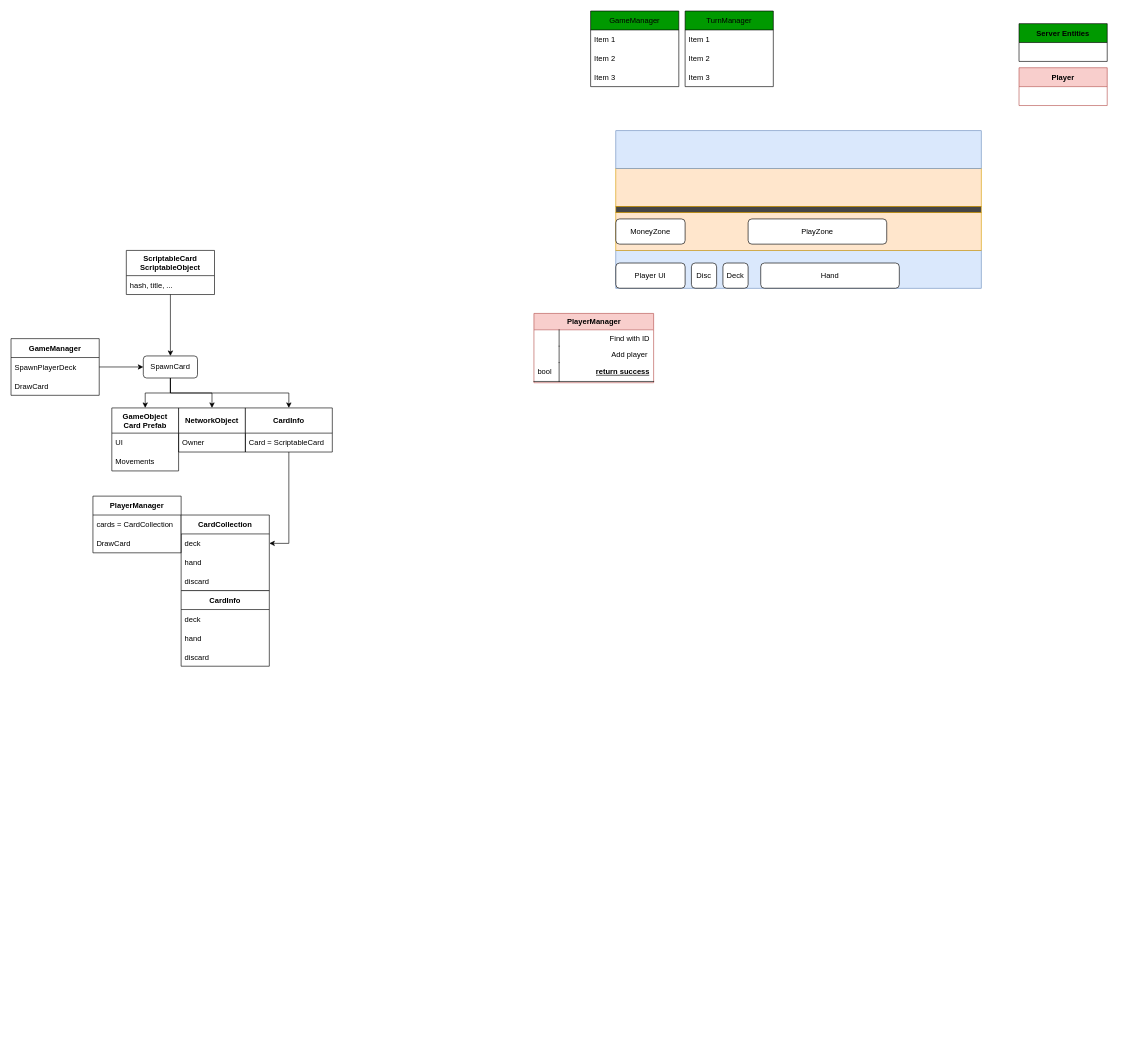
This is ProgramSchema.drawio from MattW0/Sors, a draw.io file, before an edit. Source tidied: cells renumbered, new cells numbered last; positions are measured from the earlier drawing's top-left corner, leaving out a move shared by most shapes. Both pictures are drawn from the tidied source at 63%, with x=0, y=0 at pixel (11, 11).
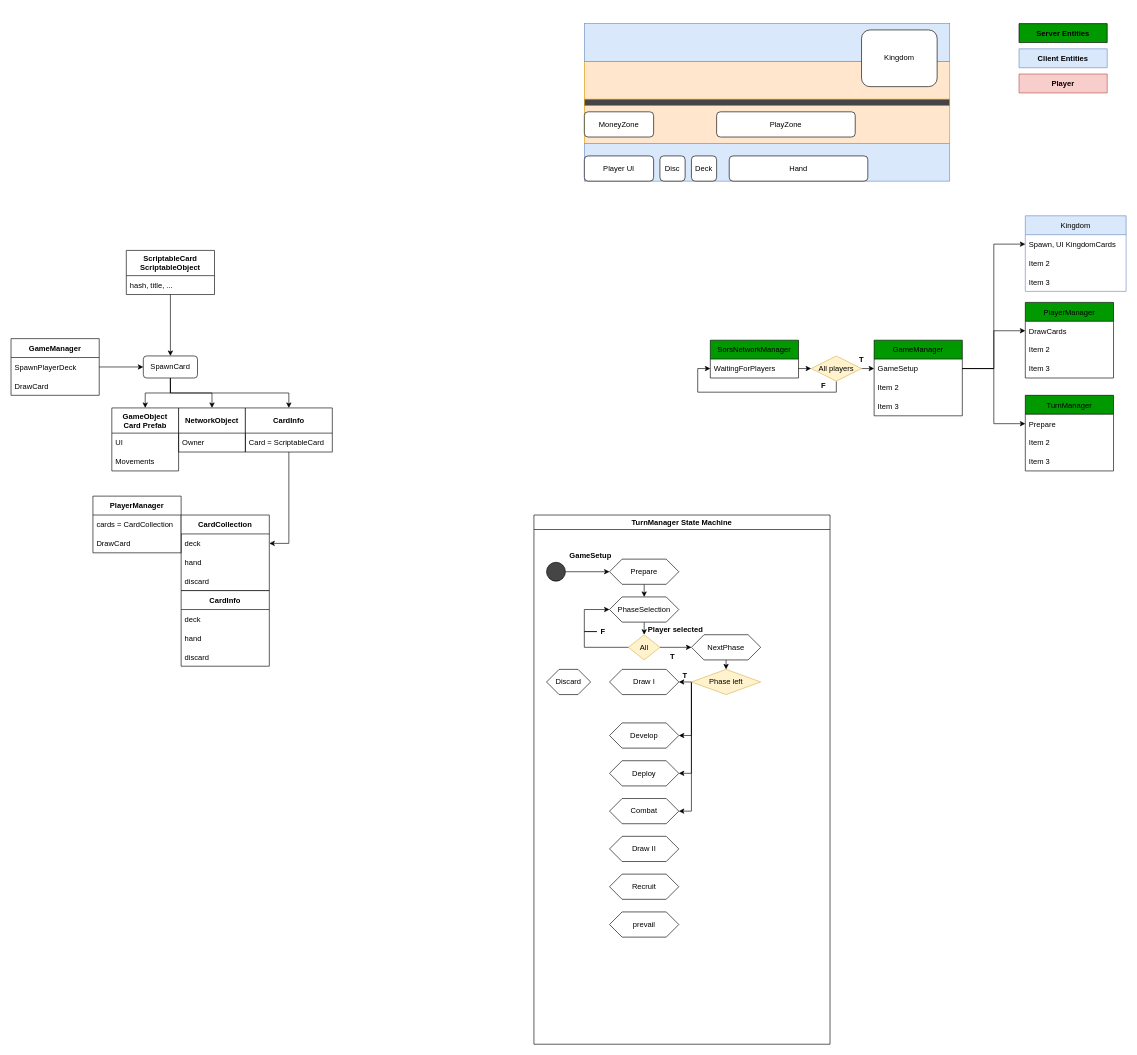
After the change.

The edit, as a diff of the source:
```diff
@@
-    <mxCell id="2" value="&lt;span style=&quot;font-family: &amp;quot;helvetica&amp;quot; ; font-size: 12px ; font-weight: 700 ; text-align: left&quot;&gt;PlayerManager&lt;/span&gt;" style="swimlane;html=1;fontStyle=0;horizontal=1;startSize=26;fillColor=#f8cecc;swimlaneFillColor=#ffffff;align=center;rounded=0;shadow=0;comic=0;labelBackgroundColor=none;strokeWidth=1;fontFamily=Verdana;fontSize=14;strokeColor=#b85450;" parent="1" vertex="1">
-      <mxGeometry x="830" y="480" width="190" height="110" as="geometry" />
-    </mxCell>
-    <mxCell id="3" value="Find with ID" style="shape=partialRectangle;top=0;left=0;right=0;bottom=0;html=1;align=right;verticalAlign=top;fillColor=none;spacingLeft=34;spacingRight=4;whiteSpace=wrap;overflow=hidden;" parent="2" vertex="1">
-      <mxGeometry y="26" width="190" height="26" as="geometry" />
-    </mxCell>
-    <mxCell id="4" style="shape=partialRectangle;top=0;left=0;bottom=0;html=1;fillColor=none;align=left;verticalAlign=top;spacingLeft=4;spacingRight=4;whiteSpace=wrap;overflow=hidden;" parent="3" vertex="1">
-      <mxGeometry width="40" height="26" as="geometry" />
-    </mxCell>
-    <mxCell id="5" value="Add player&amp;nbsp;" style="shape=partialRectangle;top=0;left=0;right=0;bottom=0;html=1;align=right;verticalAlign=top;fillColor=none;spacingLeft=34;spacingRight=4;whiteSpace=wrap;overflow=hidden;" parent="2" vertex="1">
-      <mxGeometry y="52" width="190" height="26" as="geometry" />
-    </mxCell>
-    <mxCell id="6" style="shape=partialRectangle;top=0;left=0;bottom=0;html=1;fillColor=none;align=left;verticalAlign=top;spacingLeft=4;spacingRight=4;whiteSpace=wrap;overflow=hidden;" parent="5" vertex="1">
-      <mxGeometry width="40" height="26" as="geometry" />
-    </mxCell>
-    <mxCell id="7" value="return success" style="shape=partialRectangle;top=0;left=0;right=0;bottom=1;html=1;align=right;verticalAlign=middle;fillColor=none;spacingLeft=34;spacingRight=4;whiteSpace=wrap;overflow=hidden;fontStyle=5;" parent="2" vertex="1">
-      <mxGeometry y="78" width="190" height="30" as="geometry" />
-    </mxCell>
-    <mxCell id="8" value="bool" style="shape=partialRectangle;top=0;left=0;bottom=0;html=1;fillColor=none;align=left;verticalAlign=middle;spacingLeft=4;spacingRight=4;whiteSpace=wrap;overflow=hidden;" parent="7" vertex="1">
-      <mxGeometry width="40" height="30" as="geometry" />
-    </mxCell>
@@
     <mxCell id="39" style="rounded=0;whiteSpace=wrap;html=1;fillColor=#dae8fc;strokeColor=#6c8ebf;" parent="1" vertex="1">
-      <mxGeometry x="960" y="380" width="580" height="60" as="geometry" />
+      <mxGeometry x="910" y="210" width="580" height="60" as="geometry" />
     </mxCell>
     <mxCell id="40" style="rounded=0;whiteSpace=wrap;html=1;fillColor=#ffe6cc;strokeColor=#d79b00;" parent="1" vertex="1">
-      <mxGeometry x="960" y="320" width="580" height="60" as="geometry" />
+      <mxGeometry x="910" y="150" width="580" height="60" as="geometry" />
     </mxCell>
     <mxCell id="41" style="rounded=0;whiteSpace=wrap;html=1;fillColor=#ffe6cc;strokeColor=#d79b00;" parent="1" vertex="1">
-      <mxGeometry x="960" y="250" width="580" height="60" as="geometry" />
+      <mxGeometry x="910" y="80" width="580" height="60" as="geometry" />
     </mxCell>
     <mxCell id="42" style="rounded=0;whiteSpace=wrap;html=1;fillColor=#454545;strokeColor=#d79b00;" parent="1" vertex="1">
-      <mxGeometry x="960" y="310" width="580" height="10" as="geometry" />
+      <mxGeometry x="910" y="140" width="580" height="10" as="geometry" />
     </mxCell>
     <mxCell id="43" style="rounded=0;whiteSpace=wrap;html=1;fillColor=#dae8fc;strokeColor=#6c8ebf;" parent="1" vertex="1">
-      <mxGeometry x="960" y="190" width="580" height="60" as="geometry" />
+      <mxGeometry x="910" y="20" width="580" height="60" as="geometry" />
     </mxCell>
     <mxCell id="44" value="Hand" style="rounded=1;whiteSpace=wrap;html=1;" parent="1" vertex="1">
-      <mxGeometry x="1190" y="400" width="220" height="40" as="geometry" />
+      <mxGeometry x="1140" y="230" width="220" height="40" as="geometry" />
     </mxCell>
     <mxCell id="45" value="Player UI" style="rounded=1;whiteSpace=wrap;html=1;" parent="1" vertex="1">
-      <mxGeometry x="960" y="400" width="110" height="40" as="geometry" />
+      <mxGeometry x="910" y="230" width="110" height="40" as="geometry" />
     </mxCell>
     <mxCell id="46" value="Disc" style="rounded=1;whiteSpace=wrap;html=1;" parent="1" vertex="1">
-      <mxGeometry x="1080" y="400" width="40" height="40" as="geometry" />
+      <mxGeometry x="1030" y="230" width="40" height="40" as="geometry" />
     </mxCell>
     <mxCell id="47" value="Deck" style="rounded=1;whiteSpace=wrap;html=1;" parent="1" vertex="1">
-      <mxGeometry x="1130" y="400" width="40" height="40" as="geometry" />
+      <mxGeometry x="1080" y="230" width="40" height="40" as="geometry" />
     </mxCell>
     <mxCell id="48" value="PlayZone" style="rounded=1;whiteSpace=wrap;html=1;" parent="1" vertex="1">
-      <mxGeometry x="1170" y="330" width="220" height="40" as="geometry" />
+      <mxGeometry x="1120" y="160" width="220" height="40" as="geometry" />
     </mxCell>
     <mxCell id="49" value="MoneyZone" style="rounded=1;whiteSpace=wrap;html=1;" parent="1" vertex="1">
-      <mxGeometry x="960" y="330" width="110" height="40" as="geometry" />
+      <mxGeometry x="910" y="160" width="110" height="40" as="geometry" />
     </mxCell>
     <mxCell id="50" value="GameManager" style="swimlane;fontStyle=0;horizontal=1;startSize=30;fillColor=#009900;" parent="1" vertex="1">
-      <mxGeometry x="920" width="140" height="120" as="geometry" />
+      <mxGeometry x="1370" y="522.5" width="140" height="120" as="geometry" />
     </mxCell>
-    <mxCell id="51" value="Item 1" style="text;strokeColor=none;fillColor=none;align=left;verticalAlign=middle;spacingLeft=4;spacingRight=4;overflow=hidden;points=[[0,0.5],[1,0.5]];portConstraint=eastwest;" parent="50" vertex="1">
+    <mxCell id="51" value="GameSetup" style="text;strokeColor=none;fillColor=none;align=left;verticalAlign=middle;spacingLeft=4;spacingRight=4;overflow=hidden;points=[[0,0.5],[1,0.5]];portConstraint=eastwest;" parent="50" vertex="1">
       <mxGeometry y="30" width="140" height="30" as="geometry" />
     </mxCell>
@@
     <mxCell id="54" value="TurnManager" style="swimlane;fontStyle=0;horizontal=1;startSize=30;fillColor=#009900;" parent="1" vertex="1">
-      <mxGeometry x="1070" width="140" height="120" as="geometry" />
+      <mxGeometry x="1610" y="610" width="140" height="120" as="geometry" />
     </mxCell>
-    <mxCell id="55" value="Item 1" style="text;strokeColor=none;fillColor=none;align=left;verticalAlign=middle;spacingLeft=4;spacingRight=4;overflow=hidden;points=[[0,0.5],[1,0.5]];portConstraint=eastwest;" parent="54" vertex="1">
+    <mxCell id="55" value="Prepare" style="text;strokeColor=none;fillColor=none;align=left;verticalAlign=middle;spacingLeft=4;spacingRight=4;overflow=hidden;points=[[0,0.5],[1,0.5]];portConstraint=eastwest;" parent="54" vertex="1">
       <mxGeometry y="30" width="140" height="30" as="geometry" />
     </mxCell>
@@
     <mxCell id="58" value="Server Entities" style="swimlane;fontStyle=1;horizontal=1;startSize=30;fillColor=#009900;" parent="1" vertex="1">
-      <mxGeometry x="1600" y="20" width="140" height="60" as="geometry" />
+      <mxGeometry x="1600" y="20" width="140" height="30" as="geometry" />
     </mxCell>
     <mxCell id="59" value="Player" style="swimlane;fontStyle=1;horizontal=1;startSize=30;fillColor=#f8cecc;strokeColor=#b85450;" parent="1" vertex="1">
-      <mxGeometry x="1600" y="90" width="140" height="60" as="geometry" />
+      <mxGeometry x="1600" y="100" width="140" height="30" as="geometry" />
     </mxCell>
+    <mxCell id="60" value="Kingdom" style="swimlane;fontStyle=0;horizontal=1;startSize=30;fillColor=#dae8fc;strokeColor=#6c8ebf;" parent="1" vertex="1">
+      <mxGeometry x="1610" y="325" width="160" height="120" as="geometry" />
+    </mxCell>
+    <mxCell id="61" value="Spawn, UI KingdomCards " style="text;strokeColor=none;fillColor=none;align=left;verticalAlign=middle;spacingLeft=4;spacingRight=4;overflow=hidden;points=[[0,0.5],[1,0.5]];portConstraint=eastwest;" parent="60" vertex="1">
+      <mxGeometry y="30" width="160" height="30" as="geometry" />
+    </mxCell>
+    <mxCell id="62" value="Item 2" style="text;strokeColor=none;fillColor=none;align=left;verticalAlign=middle;spacingLeft=4;spacingRight=4;overflow=hidden;" parent="60" vertex="1">
+      <mxGeometry y="60" width="160" height="30" as="geometry" />
+    </mxCell>
+    <mxCell id="63" value="Item 3" style="text;strokeColor=none;fillColor=none;align=left;verticalAlign=middle;spacingLeft=4;spacingRight=4;overflow=hidden;" parent="60" vertex="1">
+      <mxGeometry y="90" width="160" height="30" as="geometry" />
+    </mxCell>
+    <mxCell id="64" value="Kingdom" style="rounded=1;whiteSpace=wrap;html=1;" parent="1" vertex="1">
+      <mxGeometry x="1350" y="30" width="120" height="90" as="geometry" />
+    </mxCell>
+    <mxCell id="65" value="Client Entities" style="swimlane;fontStyle=1;horizontal=1;startSize=30;fillColor=#dae8fc;strokeColor=#6c8ebf;" parent="1" vertex="1">
+      <mxGeometry x="1600" y="60" width="140" height="30" as="geometry" />
+    </mxCell>
+    <mxCell id="66" value="SorsNetworkManager" style="swimlane;fontStyle=0;horizontal=1;startSize=30;fillColor=#009900;" parent="1" vertex="1">
+      <mxGeometry x="1110" y="522.5" width="140" height="60" as="geometry" />
+    </mxCell>
+    <mxCell id="67" value="WaitingForPlayers" style="text;strokeColor=none;fillColor=none;align=left;verticalAlign=middle;spacingLeft=4;spacingRight=4;overflow=hidden;points=[[0,0.5],[1,0.5]];portConstraint=eastwest;" parent="66" vertex="1">
+      <mxGeometry y="30" width="140" height="30" as="geometry" />
+    </mxCell>
+    <mxCell id="68" style="edgeStyle=orthogonalEdgeStyle;rounded=0;jettySize=auto;html=1;exitX=0.5;exitY=1;exitDx=0;exitDy=0;entryX=0;entryY=0.5;entryDx=0;entryDy=0;" parent="1" edge="1" source="70" target="67">
+      <mxGeometry relative="1" as="geometry">
+        <Array as="points">
+          <mxPoint x="1310" y="605" />
+          <mxPoint x="1090" y="605" />
+          <mxPoint x="1090" y="567" />
+        </Array>
+      </mxGeometry>
+    </mxCell>
+    <mxCell id="69" style="edgeStyle=orthogonalEdgeStyle;rounded=0;jettySize=auto;html=1;exitX=1;exitY=0.5;exitDx=0;exitDy=0;entryX=0;entryY=0.5;entryDx=0;entryDy=0;" parent="1" edge="1" source="70" target="51">
+      <mxGeometry relative="1" as="geometry" />
+    </mxCell>
+    <mxCell id="70" value="All players" style="rhombus;whiteSpace=wrap;html=1;fillColor=#fff2cc;strokeColor=#d6b656;" parent="1" vertex="1">
+      <mxGeometry x="1270" y="547.5" width="80" height="40" as="geometry" />
+    </mxCell>
+    <mxCell id="71" style="edgeStyle=orthogonalEdgeStyle;rounded=0;jettySize=auto;html=1;exitX=1;exitY=0.5;exitDx=0;exitDy=0;entryX=0;entryY=0.5;entryDx=0;entryDy=0;" parent="1" edge="1" source="67" target="70">
+      <mxGeometry relative="1" as="geometry" />
+    </mxCell>
+    <mxCell id="72" value="&lt;b&gt;T&lt;/b&gt;" style="text;html=1;strokeColor=none;fillColor=none;align=center;verticalAlign=middle;whiteSpace=wrap;rounded=0;" parent="1" vertex="1">
+      <mxGeometry x="1320" y="537.5" width="60" height="30" as="geometry" />
+    </mxCell>
+    <mxCell id="73" value="&lt;b&gt;F&lt;/b&gt;" style="text;html=1;strokeColor=none;fillColor=none;align=center;verticalAlign=middle;whiteSpace=wrap;rounded=0;" parent="1" vertex="1">
+      <mxGeometry x="1260" y="580" width="60" height="30" as="geometry" />
+    </mxCell>
+    <mxCell id="74" style="edgeStyle=orthogonalEdgeStyle;rounded=0;jettySize=auto;html=1;exitX=1;exitY=0.5;exitDx=0;exitDy=0;entryX=0;entryY=0.5;entryDx=0;entryDy=0;" parent="1" edge="1" source="51" target="55">
+      <mxGeometry relative="1" as="geometry" />
+    </mxCell>
+    <mxCell id="75" style="edgeStyle=orthogonalEdgeStyle;rounded=0;jettySize=auto;html=1;exitX=1;exitY=0.5;exitDx=0;exitDy=0;entryX=0;entryY=0.5;entryDx=0;entryDy=0;" parent="1" edge="1" source="51" target="61">
+      <mxGeometry relative="1" as="geometry" />
+    </mxCell>
+    <mxCell id="2" value="PlayerManager" style="swimlane;fontStyle=0;horizontal=1;startSize=30;fillColor=#009900;" parent="1" vertex="1">
+      <mxGeometry x="1610" y="462.5" width="140" height="120" as="geometry" />
+    </mxCell>
+    <mxCell id="76" value="DrawCards" style="text;strokeColor=none;fillColor=none;align=left;verticalAlign=middle;spacingLeft=4;spacingRight=4;overflow=hidden;points=[[0,0.5],[1,0.5]];portConstraint=eastwest;" parent="2" vertex="1">
+      <mxGeometry y="30" width="140" height="30" as="geometry" />
+    </mxCell>
+    <mxCell id="77" value="Item 2" style="text;strokeColor=none;fillColor=none;align=left;verticalAlign=middle;spacingLeft=4;spacingRight=4;overflow=hidden;" parent="2" vertex="1">
+      <mxGeometry y="60" width="140" height="30" as="geometry" />
+    </mxCell>
+    <mxCell id="78" value="Item 3" style="text;strokeColor=none;fillColor=none;align=left;verticalAlign=middle;spacingLeft=4;spacingRight=4;overflow=hidden;" parent="2" vertex="1">
+      <mxGeometry y="90" width="140" height="30" as="geometry" />
+    </mxCell>
+    <mxCell id="79" style="edgeStyle=orthogonalEdgeStyle;rounded=0;jettySize=auto;html=1;exitX=1;exitY=0.5;exitDx=0;exitDy=0;entryX=0;entryY=0.5;entryDx=0;entryDy=0;" parent="1" edge="1" source="51" target="76">
+      <mxGeometry relative="1" as="geometry" />
+    </mxCell>
+    <mxCell id="80" value="TurnManager State Machine" style="swimlane;" parent="1" vertex="1">
+      <mxGeometry x="830" y="800" width="470" height="840" as="geometry" />
+    </mxCell>
+    <mxCell id="81" style="edgeStyle=orthogonalEdgeStyle;rounded=0;jettySize=auto;html=1;exitX=0.5;exitY=1;exitDx=0;exitDy=0;entryX=0.5;entryY=0;entryDx=0;entryDy=0;" parent="80" edge="1" source="82" target="87">
+      <mxGeometry relative="1" as="geometry" />
+    </mxCell>
+    <mxCell id="82" value="Prepare" style="shape=hexagon;perimeter=hexagonPerimeter2;whiteSpace=wrap;html=1;fixedSize=1;" parent="80" vertex="1">
+      <mxGeometry x="120" y="70" width="110" height="40" as="geometry" />
+    </mxCell>
+    <mxCell id="83" style="edgeStyle=orthogonalEdgeStyle;rounded=0;jettySize=auto;html=1;exitX=1;exitY=0.5;exitDx=0;exitDy=0;entryX=0;entryY=0.5;entryDx=0;entryDy=0;" parent="80" edge="1" source="84" target="82">
+      <mxGeometry relative="1" as="geometry" />
+    </mxCell>
+    <mxCell id="84" style="ellipse;whiteSpace=wrap;html=1;fillColor=#454545;" parent="80" vertex="1">
+      <mxGeometry x="20" y="75" width="30" height="30" as="geometry" />
+    </mxCell>
+    <mxCell id="85" value="&lt;b&gt;GameSetup&lt;/b&gt;" style="text;html=1;strokeColor=none;fillColor=none;align=center;verticalAlign=middle;whiteSpace=wrap;rounded=0;" parent="80" vertex="1">
+      <mxGeometry x="60" y="50" width="60" height="30" as="geometry" />
+    </mxCell>
+    <mxCell id="86" style="edgeStyle=orthogonalEdgeStyle;rounded=0;jettySize=auto;html=1;exitX=0.5;exitY=1;exitDx=0;exitDy=0;entryX=0.5;entryY=0;entryDx=0;entryDy=0;" parent="80" edge="1" source="87" target="90">
+      <mxGeometry relative="1" as="geometry" />
+    </mxCell>
+    <mxCell id="87" value="PhaseSelection" style="shape=hexagon;perimeter=hexagonPerimeter2;whiteSpace=wrap;html=1;fixedSize=1;" parent="80" vertex="1">
+      <mxGeometry x="120" y="130" width="110" height="40" as="geometry" />
+    </mxCell>
+    <mxCell id="88" style="edgeStyle=orthogonalEdgeStyle;rounded=0;jettySize=auto;html=1;exitX=0;exitY=0.5;exitDx=0;exitDy=0;entryX=0;entryY=0.5;entryDx=0;entryDy=0;startArrow=none;" parent="80" edge="1" source="92" target="87">
+      <mxGeometry relative="1" as="geometry" />
+    </mxCell>
+    <mxCell id="89" style="edgeStyle=orthogonalEdgeStyle;rounded=0;jettySize=auto;html=1;exitX=1;exitY=0.5;exitDx=0;exitDy=0;entryX=0;entryY=0.5;entryDx=0;entryDy=0;" parent="80" edge="1" source="90" target="95">
+      <mxGeometry relative="1" as="geometry" />
+    </mxCell>
+    <mxCell id="90" value="All" style="rhombus;whiteSpace=wrap;html=1;fillColor=#fff2cc;strokeColor=#d6b656;" parent="80" vertex="1">
+      <mxGeometry x="150" y="190" width="50" height="40" as="geometry" />
+    </mxCell>
+    <mxCell id="91" value="&lt;b&gt;Player selected&lt;/b&gt;" style="text;html=1;strokeColor=none;fillColor=none;align=center;verticalAlign=middle;whiteSpace=wrap;rounded=0;" parent="80" vertex="1">
+      <mxGeometry x="175" y="167" width="100" height="30" as="geometry" />
+    </mxCell>
+    <mxCell id="92" value="&lt;b&gt;F&lt;/b&gt;" style="text;html=1;strokeColor=none;fillColor=none;align=center;verticalAlign=middle;whiteSpace=wrap;rounded=0;" parent="80" vertex="1">
+      <mxGeometry x="100" y="170" width="20" height="30" as="geometry" />
+    </mxCell>
+    <mxCell id="93" style="edgeStyle=orthogonalEdgeStyle;rounded=0;jettySize=auto;html=1;exitX=0;exitY=0.5;exitDx=0;exitDy=0;entryX=0;entryY=0.5;entryDx=0;entryDy=0;endArrow=none;" parent="80" edge="1" source="90" target="92">
+      <mxGeometry relative="1" as="geometry">
+        <Array as="points">
+          <mxPoint x="80" y="210" />
+          <mxPoint x="80" y="185" />
+        </Array>
+      </mxGeometry>
+    </mxCell>
+    <mxCell id="94" style="edgeStyle=orthogonalEdgeStyle;rounded=0;jettySize=auto;html=1;exitX=0.5;exitY=1;exitDx=0;exitDy=0;entryX=0.5;entryY=0;entryDx=0;entryDy=0;" parent="80" edge="1" source="95" target="102">
+      <mxGeometry relative="1" as="geometry" />
+    </mxCell>
+    <mxCell id="95" value="NextPhase" style="shape=hexagon;perimeter=hexagonPerimeter2;whiteSpace=wrap;html=1;fixedSize=1;" parent="80" vertex="1">
+      <mxGeometry x="250" y="190" width="110" height="40" as="geometry" />
+    </mxCell>
+    <mxCell id="96" value="&lt;b&gt;T&lt;/b&gt;" style="text;html=1;strokeColor=none;fillColor=none;align=center;verticalAlign=middle;whiteSpace=wrap;rounded=0;" parent="80" vertex="1">
+      <mxGeometry x="210" y="210" width="20" height="30" as="geometry" />
+    </mxCell>
+    <mxCell id="97" value="Draw I" style="shape=hexagon;perimeter=hexagonPerimeter2;whiteSpace=wrap;html=1;fixedSize=1;" parent="80" vertex="1">
+      <mxGeometry x="120" y="245" width="110" height="40" as="geometry" />
+    </mxCell>
+    <mxCell id="98" style="edgeStyle=orthogonalEdgeStyle;rounded=0;jettySize=auto;html=1;exitX=0;exitY=0.5;exitDx=0;exitDy=0;entryX=1;entryY=0.5;entryDx=0;entryDy=0;" parent="80" edge="1" source="102" target="97">
+      <mxGeometry relative="1" as="geometry" />
+    </mxCell>
+    <mxCell id="99" style="edgeStyle=orthogonalEdgeStyle;rounded=0;jettySize=auto;html=1;exitX=0;exitY=0.5;exitDx=0;exitDy=0;entryX=1;entryY=0.5;entryDx=0;entryDy=0;" parent="80" edge="1" source="102" target="105">
+      <mxGeometry relative="1" as="geometry">
+        <Array as="points">
+          <mxPoint x="250" y="350" />
+        </Array>
+      </mxGeometry>
+    </mxCell>
+    <mxCell id="100" style="edgeStyle=orthogonalEdgeStyle;rounded=0;jettySize=auto;html=1;exitX=0;exitY=0.5;exitDx=0;exitDy=0;entryX=1;entryY=0.5;entryDx=0;entryDy=0;" parent="80" edge="1" source="102" target="106">
+      <mxGeometry relative="1" as="geometry">
+        <Array as="points">
+          <mxPoint x="250" y="410" />
+        </Array>
+      </mxGeometry>
+    </mxCell>
+    <mxCell id="101" style="edgeStyle=orthogonalEdgeStyle;rounded=0;jettySize=auto;html=1;exitX=0;exitY=0.5;exitDx=0;exitDy=0;entryX=1;entryY=0.5;entryDx=0;entryDy=0;" parent="80" edge="1" source="102" target="107">
+      <mxGeometry relative="1" as="geometry">
+        <Array as="points">
+          <mxPoint x="250" y="470" />
+        </Array>
+      </mxGeometry>
+    </mxCell>
+    <mxCell id="102" value="Phase left" style="rhombus;whiteSpace=wrap;html=1;fillColor=#fff2cc;strokeColor=#d6b656;" parent="80" vertex="1">
+      <mxGeometry x="250" y="245" width="110" height="40" as="geometry" />
+    </mxCell>
+    <mxCell id="103" value="&lt;b&gt;T&lt;/b&gt;" style="text;html=1;strokeColor=none;fillColor=none;align=center;verticalAlign=middle;whiteSpace=wrap;rounded=0;" parent="80" vertex="1">
+      <mxGeometry x="230" y="240" width="20" height="30" as="geometry" />
+    </mxCell>
+    <mxCell id="104" value="Discard" style="shape=hexagon;perimeter=hexagonPerimeter2;whiteSpace=wrap;html=1;fixedSize=1;" parent="80" vertex="1">
+      <mxGeometry x="20" y="245" width="70" height="40" as="geometry" />
+    </mxCell>
+    <mxCell id="105" value="Develop" style="shape=hexagon;perimeter=hexagonPerimeter2;whiteSpace=wrap;html=1;fixedSize=1;" parent="80" vertex="1">
+      <mxGeometry x="120" y="330" width="110" height="40" as="geometry" />
+    </mxCell>
+    <mxCell id="106" value="Deploy" style="shape=hexagon;perimeter=hexagonPerimeter2;whiteSpace=wrap;html=1;fixedSize=1;" parent="80" vertex="1">
+      <mxGeometry x="120" y="390" width="110" height="40" as="geometry" />
+    </mxCell>
+    <mxCell id="107" value="Combat" style="shape=hexagon;perimeter=hexagonPerimeter2;whiteSpace=wrap;html=1;fixedSize=1;" parent="80" vertex="1">
+      <mxGeometry x="120" y="450" width="110" height="40" as="geometry" />
+    </mxCell>
+    <mxCell id="108" value="Draw II" style="shape=hexagon;perimeter=hexagonPerimeter2;whiteSpace=wrap;html=1;fixedSize=1;" parent="80" vertex="1">
+      <mxGeometry x="120" y="510" width="110" height="40" as="geometry" />
+    </mxCell>
+    <mxCell id="109" value="Recruit" style="shape=hexagon;perimeter=hexagonPerimeter2;whiteSpace=wrap;html=1;fixedSize=1;" parent="80" vertex="1">
+      <mxGeometry x="120" y="570" width="110" height="40" as="geometry" />
+    </mxCell>
+    <mxCell id="110" value="prevail" style="shape=hexagon;perimeter=hexagonPerimeter2;whiteSpace=wrap;html=1;fixedSize=1;" parent="80" vertex="1">
+      <mxGeometry x="120" y="630" width="110" height="40" as="geometry" />
+    </mxCell>
```
